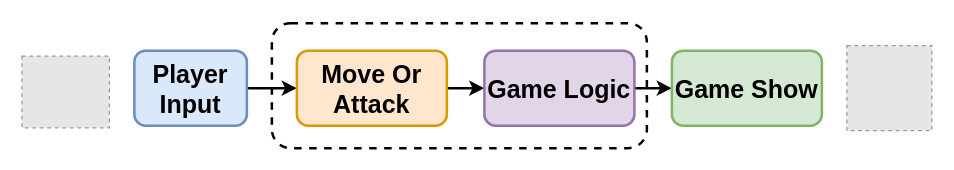
Earlier version of the draw.io diagram page "multi 的副本" (6 of 53) of booming/Booming ypwangv7.0 ypw new 104ppt-17.drawio (yrdimple/flowChart). Source tidied: cells renumbered, new cells numbered last; positions are measured from the earlier drawing's top-left corner, leaving out a move shared by most shapes. Both pictures are drawn from the tidied source at 125%, with x=0, y=0 at pixel (21, 22). Pictures stored in the file or linked from it are replaced by grey dashed boxes.
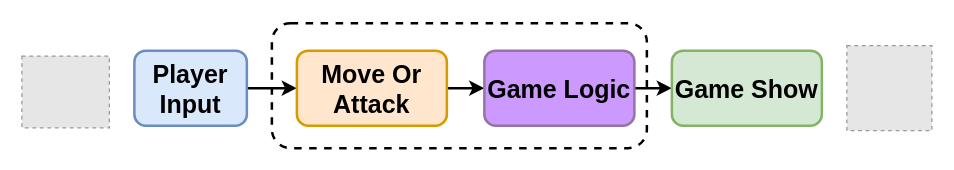
The same diagram, later.

Diff of the diagram source:
```diff
@@
 <mxGraphModel>
   <root>
     <mxCell id="0" />
     <mxCell id="1" parent="0" />
     <mxCell id="2" style="rounded=1;whiteSpace=wrap;html=1;strokeWidth=2;fillColor=none;dashed=1;fontSize=20;fontStyle=1;" parent="1" vertex="1">
       <mxGeometry x="200" width="300" height="100" as="geometry" />
     </mxCell>
     <mxCell id="3" style="fillColor=#E6E6E6;strokeColor=#999999;dashed=1;verticalLabelPosition=bottom;labelBackgroundColor=default;verticalAlign=top;fontSize=20;fontStyle=1;" parent="1" vertex="1">
       <mxGeometry y="26.3" width="70" height="57.4" as="geometry" />
     </mxCell>
     <mxCell id="4" style="edgeStyle=orthogonalEdgeStyle;rounded=0;jettySize=auto;html=1;entryX=0;entryY=0.5;entryDx=0;entryDy=0;strokeWidth=2;fontSize=20;fontStyle=1;" parent="1" edge="1" source="5" target="7">
       <mxGeometry relative="1" as="geometry" />
     </mxCell>
     <mxCell id="5" value="Player Input" style="rounded=1;whiteSpace=wrap;html=1;strokeWidth=2;fillColor=#dae8fc;strokeColor=#6c8ebf;fontSize=20;fontStyle=1;" parent="1" vertex="1">
       <mxGeometry x="90" y="22" width="90" height="60" as="geometry" />
     </mxCell>
     <mxCell id="6" style="edgeStyle=orthogonalEdgeStyle;rounded=0;jettySize=auto;html=1;entryX=0;entryY=0.5;entryDx=0;entryDy=0;strokeWidth=2;fontSize=20;fontStyle=1;" parent="1" edge="1" source="7" target="9">
       <mxGeometry relative="1" as="geometry" />
     </mxCell>
     <mxCell id="7" value="Move Or Attack" style="rounded=1;whiteSpace=wrap;html=1;strokeWidth=2;fillColor=#ffe6cc;strokeColor=#d79b00;fontSize=20;fontStyle=1;" parent="1" vertex="1">
       <mxGeometry x="220" y="22" width="120" height="60" as="geometry" />
     </mxCell>
     <mxCell id="8" style="edgeStyle=orthogonalEdgeStyle;rounded=0;jettySize=auto;html=1;strokeWidth=2;fontSize=20;fontStyle=1;" parent="1" edge="1" source="9" target="10">
       <mxGeometry relative="1" as="geometry" />
     </mxCell>
-    <mxCell id="9" value="Game Logic" style="rounded=1;whiteSpace=wrap;html=1;strokeWidth=2;fillColor=#e1d5e7;strokeColor=#9673a6;fontSize=20;fontStyle=1;" parent="1" vertex="1">
+    <mxCell id="9" value="Game Logic" style="rounded=1;whiteSpace=wrap;html=1;strokeWidth=2;fillColor=#CC99FF;strokeColor=#9673a6;fontSize=20;fontStyle=1;" parent="1" vertex="1">
       <mxGeometry x="370" y="22" width="120" height="60" as="geometry" />
     </mxCell>
     <mxCell id="10" value="Game Show" style="rounded=1;whiteSpace=wrap;html=1;strokeWidth=2;fillColor=#d5e8d4;strokeColor=#82b366;fontSize=20;fontStyle=1;" parent="1" vertex="1">
       <mxGeometry x="520" y="22" width="120" height="60" as="geometry" />
     </mxCell>
     <mxCell id="11" style="fillColor=#E6E6E6;strokeColor=#999999;dashed=1;html=1;verticalAlign=top;verticalLabelPosition=bottom;labelBackgroundColor=#ffffff;fontSize=20;fontStyle=1;" parent="1" vertex="1">
       <mxGeometry x="660" y="18" width="68" height="68" as="geometry" />
     </mxCell>
   </root>
 </mxGraphModel>
```
